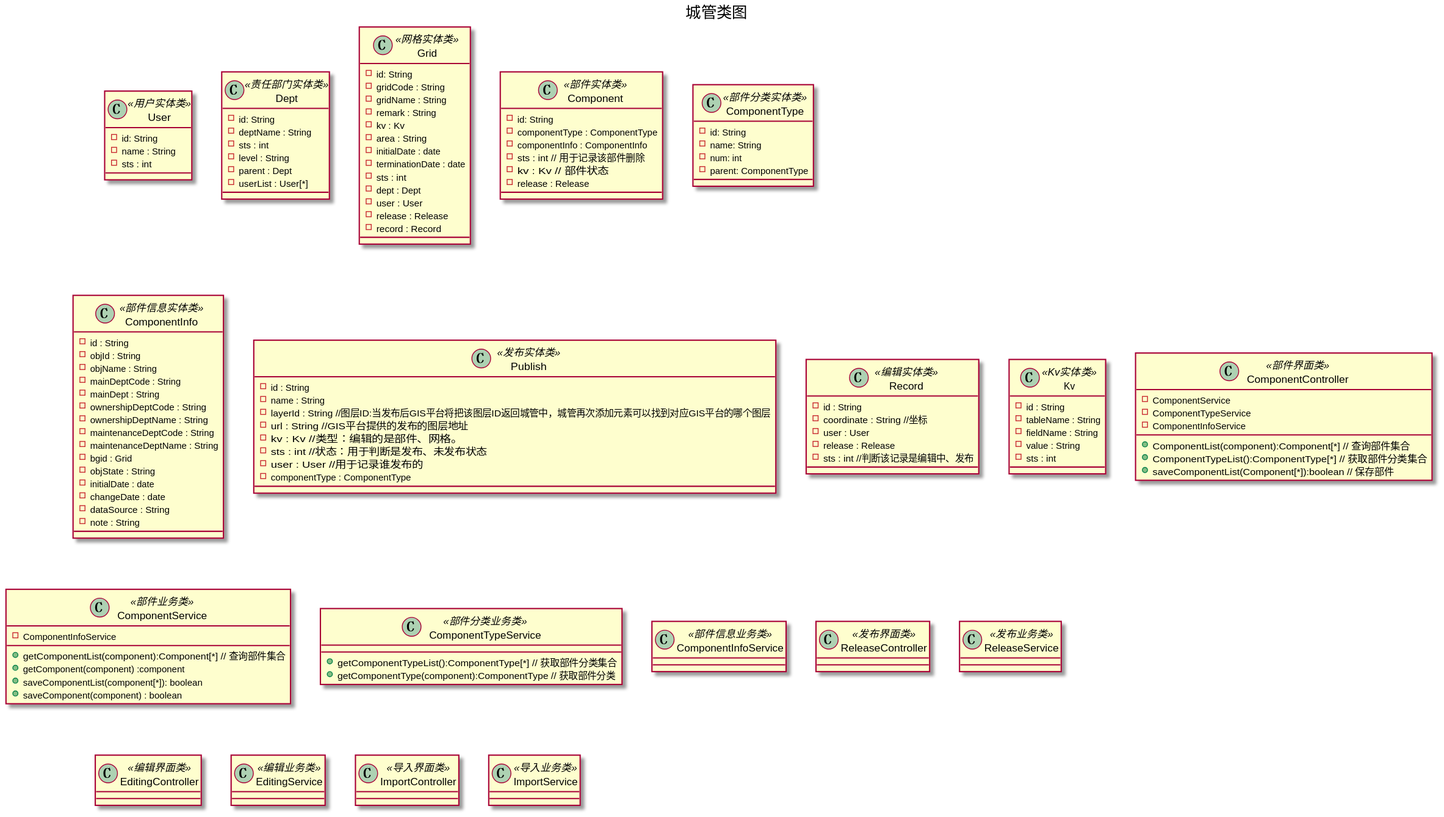
Above: doc/ClassUml/城管类图/城管类图.svg in missaouib/urban-management-platform (PlantUML), before the change.
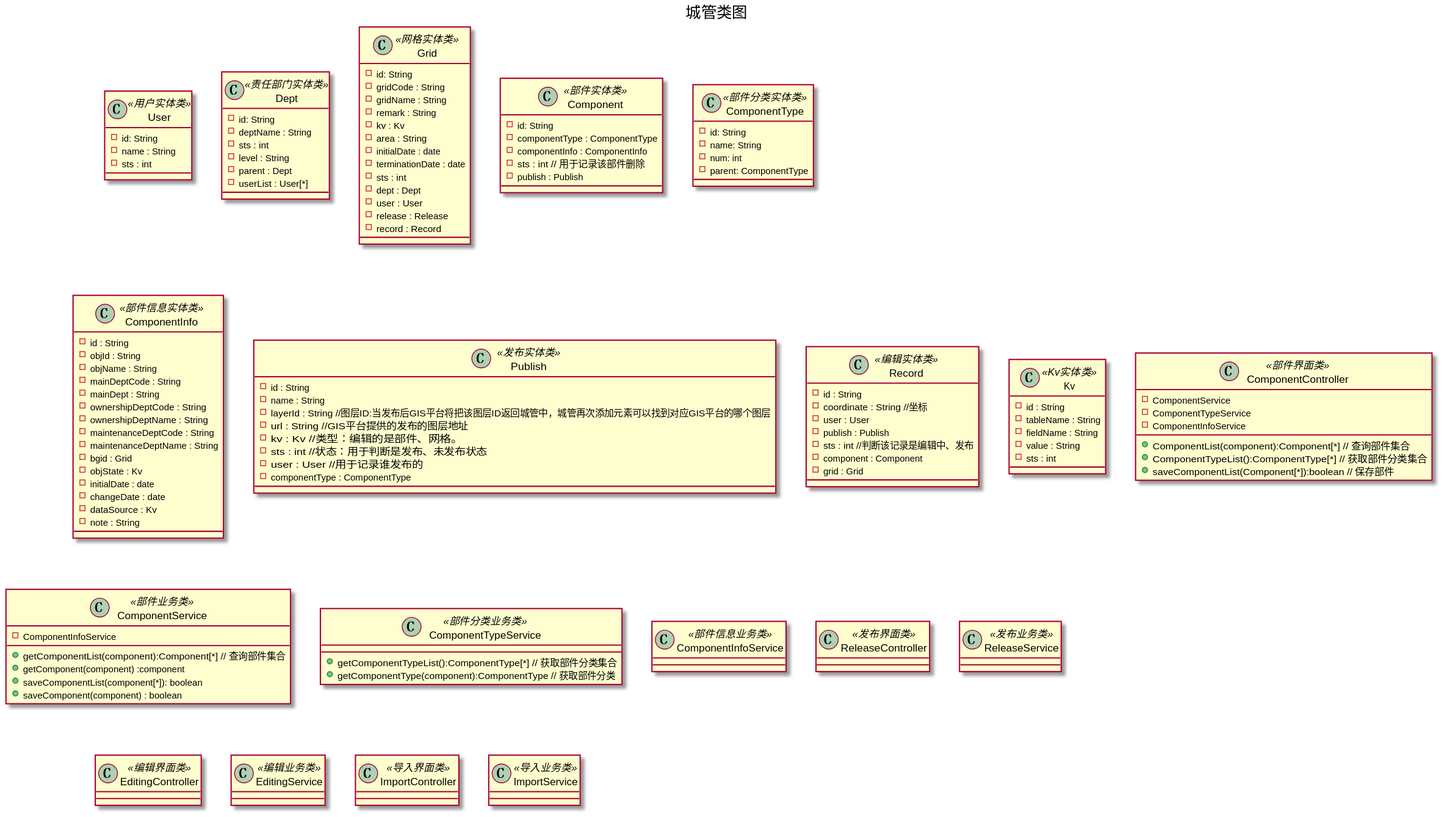
Later version of the same file.

Commit message:
城管类图 record  增加 部件 与网格外键

The edit, as a diff of the source:
```diff
@@ -36,8 +36,7 @@
     -componentType : ComponentType
     -componentInfo : ComponentInfo
     -sts : int  // 用于记录该部件删除
-    -kv : Kv       // 部件状态
-    -release : Release
+    -publish : Publish
 }
 
 class ComponentType<<部件分类实体类>>{
@@ -58,10 +57,10 @@
     -maintenanceDeptCode : String
     -maintenanceDeptName  : String
     -bgid : Grid
-    -objState : String
+    -objState : Kv
     -initialDate : date
     -changeDate : date
-    -dataSource : String
+    -dataSource : Kv
     -note : String
 }
 
@@ -79,8 +78,10 @@
     -id : String
     -coordinate : String  //坐标
     -user : User
-    -release : Release
+    -publish : Publish
     -sts : int //判断该记录是编辑中、发布
+    -component : Component
+    -grid : Grid
 }
 
 class Kv<<Kv实体类>>{
```
